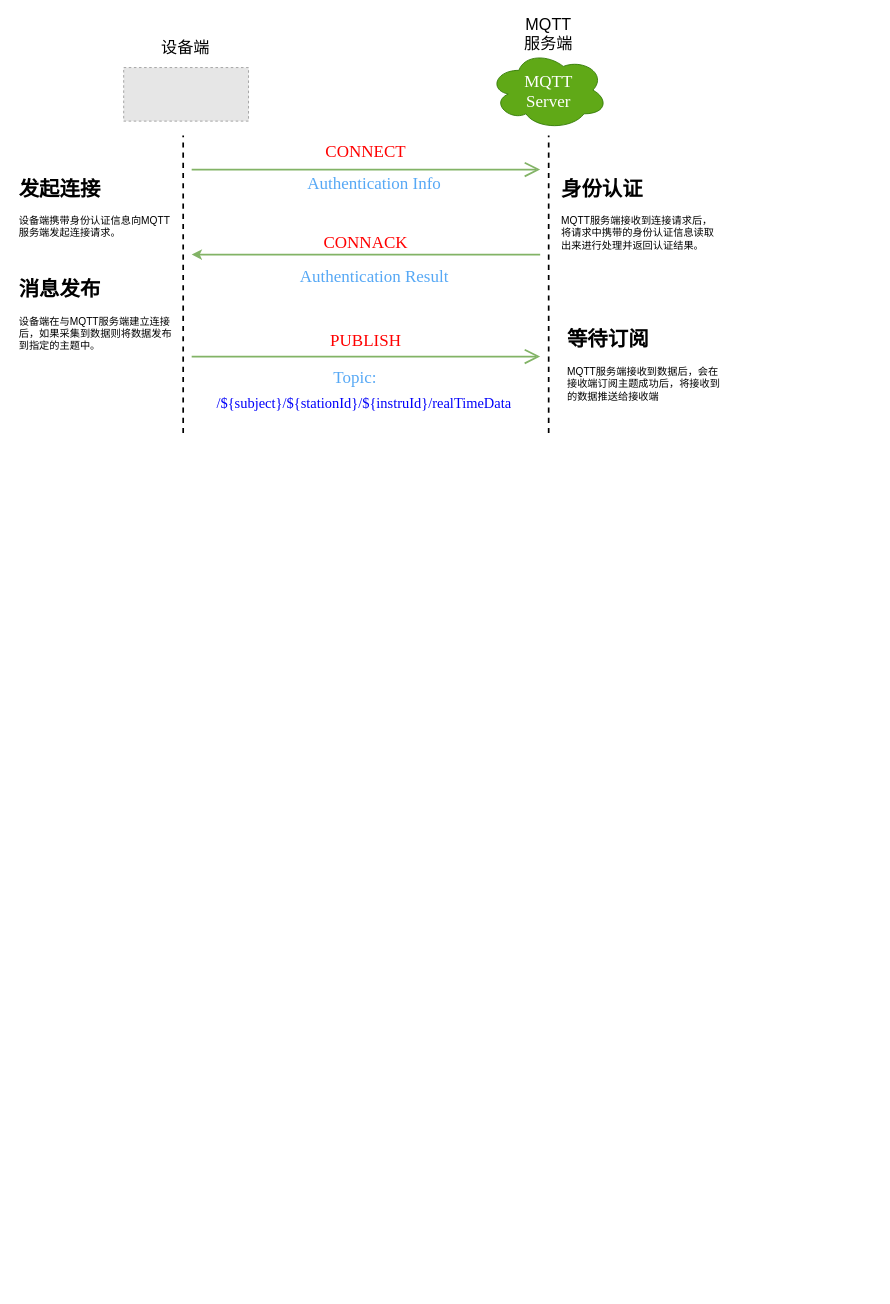
Earlier version of the draw.io diagram page "第 1 页" (1 of 7) of drawio/mqtt-auth.drawio (raingnight/Blog_Pic). Source tidied: cells renumbered, new cells numbered last; positions are measured from the earlier drawing's top-left corner, leaving out a move shared by most shapes. Both pictures are drawn from the tidied source at 85%, with x=0, y=0 at pixel (14, 21). Pictures stored in the file or linked from it are replaced by grey dashed boxes.
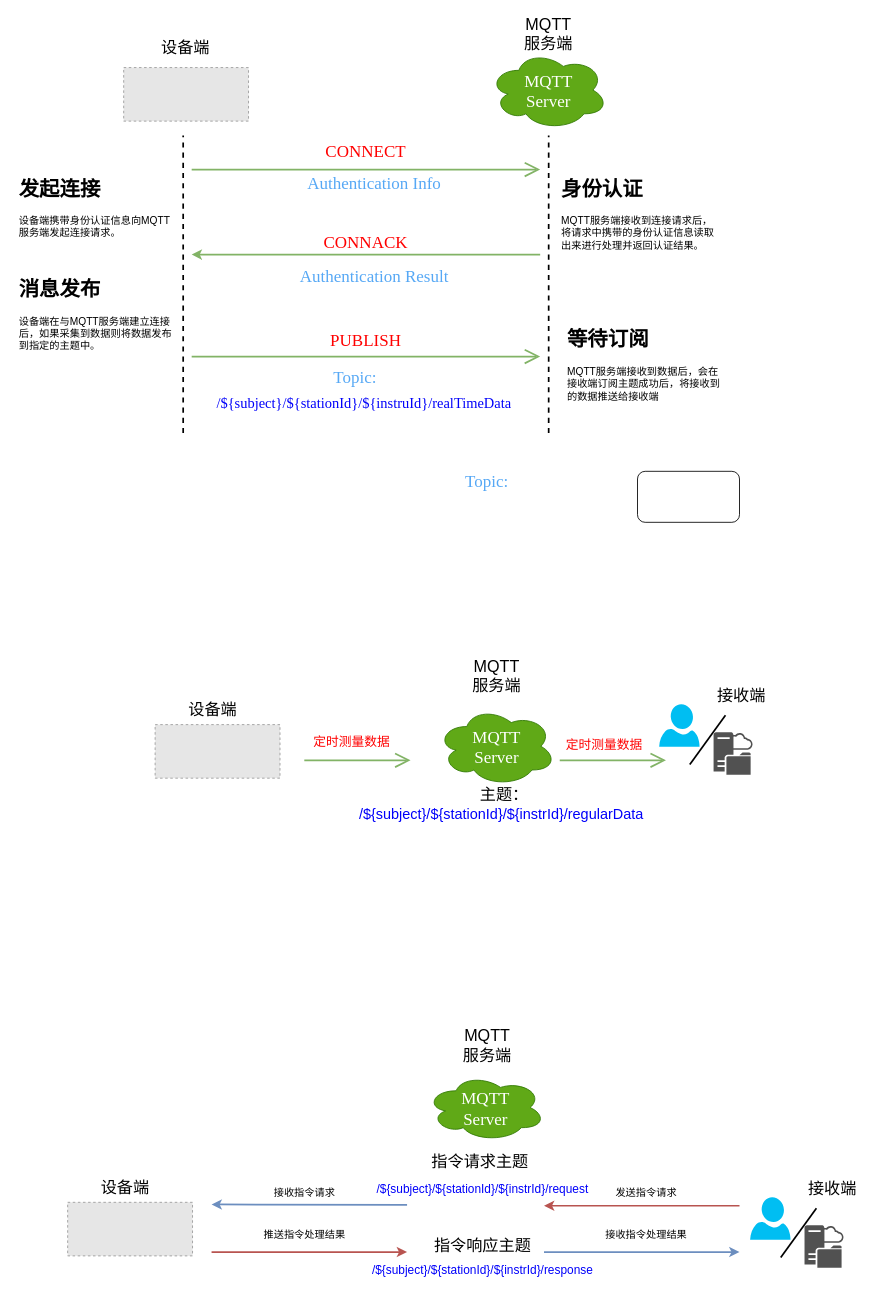
The same page after the edit.

The edit, as a diff of the source:
```diff
@@
+    <mxCell id="22" style="fillColor=#E6E6E6;strokeColor=#999999;dashed=1;verticalLabelPosition=bottom;verticalAlign=top;fontFamily=Architects Daughter;fontSize=20;" parent="1" vertex="1">
+      <mxGeometry x="165" y="827" width="146.9" height="63" as="geometry" />
+    </mxCell>
+    <mxCell id="23" value="MQTT&lt;br&gt;Server" style="ellipse;shape=cloud;whiteSpace=wrap;html=1;hachureGap=4;fontFamily=Times New Roman;fontSize=20;fillColor=#60a917;strokeColor=#2D7600;fontColor=#ffffff;" parent="1" vertex="1">
+      <mxGeometry x="496.8" y="806" width="139.5" height="93" as="geometry" />
+    </mxCell>
+    <mxCell id="24" value="设备端" style="text;html=1;strokeColor=none;fillColor=none;align=center;verticalAlign=middle;whiteSpace=wrap;rounded=0;fontSize=19;" parent="1" vertex="1">
+      <mxGeometry x="203" y="795" width="60" height="30" as="geometry" />
+    </mxCell>
+    <mxCell id="25" value="MQTT&lt;br&gt;服务端" style="text;html=1;strokeColor=none;fillColor=none;align=center;verticalAlign=middle;whiteSpace=wrap;rounded=0;fontSize=19;" parent="1" vertex="1">
+      <mxGeometry x="521.5" y="755" width="90" height="30" as="geometry" />
+    </mxCell>
+    <mxCell id="26" style="edgeStyle=none;curved=1;rounded=0;hachureGap=4;orthogonalLoop=1;jettySize=auto;html=1;fontFamily=Times New Roman;fontSize=16;endArrow=open;startSize=14;endSize=14;sourcePerimeterSpacing=8;targetPerimeterSpacing=8;strokeWidth=2;fillColor=#d5e8d4;strokeColor=#82b366;" parent="1" edge="1">
+      <mxGeometry relative="1" as="geometry">
+        <mxPoint x="340.5" y="869" as="sourcePoint" />
+        <mxPoint x="465.5" y="869" as="targetPoint" />
+      </mxGeometry>
+    </mxCell>
+    <mxCell id="27" value="&lt;div style=&quot;text-align: center; font-size: 15px;&quot;&gt;定时测量数据&lt;/div&gt;" style="text;whiteSpace=wrap;html=1;fontSize=15;fontFamily=Times New Roman;align=center;verticalAlign=middle;fontColor=#FF0000;labelBackgroundColor=default;" parent="1" vertex="1">
+      <mxGeometry x="346" y="837" width="101" height="19" as="geometry" />
+    </mxCell>
+    <mxCell id="28" value="Topic:&amp;nbsp;" style="text;html=1;strokeColor=none;fillColor=none;align=center;verticalAlign=middle;whiteSpace=wrap;rounded=0;fontSize=20;fontFamily=Times New Roman;labelBackgroundColor=default;fontColor=#56a8f5;" parent="1" vertex="1">
+      <mxGeometry x="526" y="525" width="64" height="30" as="geometry" />
+    </mxCell>
+    <mxCell id="29" style="rounded=1;whiteSpace=wrap;html=1;" parent="1" vertex="1">
+      <mxGeometry x="732.5" y="529" width="120" height="60" as="geometry" />
+    </mxCell>
+    <mxCell id="30" value="&lt;p class=&quot;MsoNormal&quot; style=&quot;font-size: 17px;&quot;&gt;/${subject}/${stationId}/${instrId}/regularData&lt;br&gt;&lt;/p&gt;" style="text;html=1;strokeColor=none;fillColor=none;align=center;verticalAlign=middle;whiteSpace=wrap;rounded=0;fontSize=17;fontColor=#0000fa;" parent="1" vertex="1">
+      <mxGeometry x="444" y="925" width="256.5" height="18" as="geometry" />
+    </mxCell>
+    <mxCell id="31" value="主题：" style="text;html=1;strokeColor=none;fillColor=none;align=center;verticalAlign=middle;whiteSpace=wrap;rounded=0;fontSize=19;" parent="1" vertex="1">
+      <mxGeometry x="531" y="895" width="90" height="30" as="geometry" />
+    </mxCell>
+    <mxCell id="32" value="接收端" style="text;html=1;strokeColor=none;fillColor=none;align=center;verticalAlign=middle;whiteSpace=wrap;rounded=0;fontSize=19;" parent="1" vertex="1">
+      <mxGeometry x="804" y="779" width="102" height="30" as="geometry" />
+    </mxCell>
+    <mxCell id="33" style="verticalLabelPosition=bottom;html=1;verticalAlign=top;align=center;strokeColor=none;fillColor=#00BEF2;shape=mxgraph.azure.user;labelBackgroundColor=#FFFFFF;fontSize=20;fontColor=#479DC2;" parent="1" vertex="1">
+      <mxGeometry x="758" y="803" width="47.5" height="50" as="geometry" />
+    </mxCell>
+    <mxCell id="34" style="sketch=0;shadow=0;dashed=0;html=1;strokeColor=none;labelPosition=center;verticalLabelPosition=bottom;verticalAlign=top;align=center;fillColor=#515151;shape=mxgraph.mscae.system_center.cloud_distribution_point;labelBackgroundColor=#FFFFFF;fontSize=20;fontColor=#479DC2;" parent="1" vertex="1">
+      <mxGeometry x="822" y="836" width="46" height="50" as="geometry" />
+    </mxCell>
+    <mxCell id="35" style="endArrow=none;html=1;rounded=0;sketch=0;strokeWidth=2;fontSize=20;fontColor=#479DC2;" parent="1" edge="1">
+      <mxGeometry relative="1" as="geometry">
+        <mxPoint x="794" y="874" as="sourcePoint" />
+        <mxPoint x="836" y="816" as="targetPoint" />
+      </mxGeometry>
+    </mxCell>
+    <mxCell id="36" style="edgeStyle=none;curved=1;rounded=0;hachureGap=4;orthogonalLoop=1;jettySize=auto;html=1;fontFamily=Times New Roman;fontSize=16;endArrow=open;startSize=14;endSize=14;sourcePerimeterSpacing=8;targetPerimeterSpacing=8;strokeWidth=2;fillColor=#d5e8d4;strokeColor=#82b366;" parent="1" edge="1">
+      <mxGeometry relative="1" as="geometry">
+        <mxPoint x="641" y="869" as="sourcePoint" />
+        <mxPoint x="766" y="869" as="targetPoint" />
+      </mxGeometry>
+    </mxCell>
+    <mxCell id="37" value="&lt;div style=&quot;text-align: center; font-size: 15px;&quot;&gt;定时测量数据&lt;/div&gt;" style="text;whiteSpace=wrap;html=1;fontSize=15;fontFamily=Times New Roman;align=center;verticalAlign=middle;fontColor=#FF0000;labelBackgroundColor=default;" parent="1" vertex="1">
+      <mxGeometry x="643" y="840" width="101" height="19" as="geometry" />
+    </mxCell>
+    <mxCell id="38" style="fillColor=#E6E6E6;strokeColor=#999999;dashed=1;verticalLabelPosition=bottom;verticalAlign=top;fontFamily=Architects Daughter;fontSize=20;" parent="1" vertex="1">
+      <mxGeometry x="62.1" y="1389" width="146.9" height="63" as="geometry" />
+    </mxCell>
+    <mxCell id="39" value="MQTT&lt;br&gt;Server" style="ellipse;shape=cloud;whiteSpace=wrap;html=1;hachureGap=4;fontFamily=Times New Roman;fontSize=20;fillColor=#60a917;strokeColor=#2D7600;fontColor=#ffffff;" parent="1" vertex="1">
+      <mxGeometry x="484.2" y="1238" width="139.5" height="79" as="geometry" />
+    </mxCell>
+    <mxCell id="40" value="设备端" style="text;html=1;strokeColor=none;fillColor=none;align=center;verticalAlign=middle;whiteSpace=wrap;rounded=0;fontSize=19;" parent="1" vertex="1">
+      <mxGeometry x="100.1" y="1357" width="60" height="30" as="geometry" />
+    </mxCell>
+    <mxCell id="41" value="MQTT&lt;br&gt;服务端" style="text;html=1;strokeColor=none;fillColor=none;align=center;verticalAlign=middle;whiteSpace=wrap;rounded=0;fontSize=19;" parent="1" vertex="1">
+      <mxGeometry x="511.4" y="1190" width="90" height="30" as="geometry" />
+    </mxCell>
+    <mxCell id="42" value="&lt;p class=&quot;MsoNormal&quot; style=&quot;font-size: 14px;&quot;&gt;/${subject}/${stationId}/${instrId}/response&lt;br style=&quot;font-size: 14px;&quot;&gt;&lt;/p&gt;" style="text;html=1;strokeColor=none;fillColor=none;align=center;verticalAlign=middle;whiteSpace=wrap;rounded=0;fontSize=14;fontColor=#0000fa;" parent="1" vertex="1">
+      <mxGeometry x="422" y="1460" width="256.5" height="18" as="geometry" />
+    </mxCell>
+    <mxCell id="43" value="指令请求主题" style="text;html=1;strokeColor=none;fillColor=none;align=center;verticalAlign=middle;whiteSpace=wrap;rounded=0;fontSize=19;" parent="1" vertex="1">
+      <mxGeometry x="484.2" y="1327" width="127.2" height="30" as="geometry" />
+    </mxCell>
+    <mxCell id="44" value="接收端" style="text;html=1;strokeColor=none;fillColor=none;align=center;verticalAlign=middle;whiteSpace=wrap;rounded=0;fontSize=19;" parent="1" vertex="1">
+      <mxGeometry x="911" y="1359" width="102" height="30" as="geometry" />
+    </mxCell>
+    <mxCell id="45" style="verticalLabelPosition=bottom;html=1;verticalAlign=top;align=center;strokeColor=none;fillColor=#00BEF2;shape=mxgraph.azure.user;labelBackgroundColor=#FFFFFF;fontSize=20;fontColor=#479DC2;" parent="1" vertex="1">
+      <mxGeometry x="865" y="1383" width="47.5" height="50" as="geometry" />
+    </mxCell>
+    <mxCell id="46" style="sketch=0;shadow=0;dashed=0;html=1;strokeColor=none;labelPosition=center;verticalLabelPosition=bottom;verticalAlign=top;align=center;fillColor=#515151;shape=mxgraph.mscae.system_center.cloud_distribution_point;labelBackgroundColor=#FFFFFF;fontSize=20;fontColor=#479DC2;" parent="1" vertex="1">
+      <mxGeometry x="929" y="1416" width="46" height="50" as="geometry" />
+    </mxCell>
+    <mxCell id="47" style="endArrow=none;html=1;rounded=0;sketch=0;strokeWidth=2;fontSize=20;fontColor=#479DC2;" parent="1" edge="1">
+      <mxGeometry relative="1" as="geometry">
+        <mxPoint x="901" y="1454" as="sourcePoint" />
+        <mxPoint x="943" y="1396" as="targetPoint" />
+      </mxGeometry>
+    </mxCell>
+    <mxCell id="48" style="edgeStyle=none;rounded=0;sketch=0;orthogonalLoop=1;jettySize=auto;html=1;exitX=0.5;exitY=1;exitDx=0;exitDy=0;strokeWidth=2;fontSize=14;fontColor=#56a8f5;endArrow=none;endFill=0;" parent="1" edge="1">
+      <mxGeometry relative="1" as="geometry">
+        <mxPoint x="815.8" y="1371.5" as="sourcePoint" />
+        <mxPoint x="815.8" y="1371.5" as="targetPoint" />
+      </mxGeometry>
+    </mxCell>
+    <mxCell id="49" style="orthogonalLoop=1;jettySize=auto;html=1;shadow=0;strokeColor=#b85450;fontFamily=Helvetica;fontSize=12;fontColor=#000000;fillColor=#f8cecc;strokeWidth=2;" parent="1" edge="1">
+      <mxGeometry relative="1" as="geometry">
+        <mxPoint x="852.5" y="1393" as="sourcePoint" />
+        <mxPoint x="622.5" y="1393" as="targetPoint" />
+      </mxGeometry>
+    </mxCell>
+    <mxCell id="50" value="发送指令请求" style="text;html=1;strokeColor=none;fillColor=none;align=center;verticalAlign=middle;whiteSpace=wrap;rounded=0;" parent="1" vertex="1">
+      <mxGeometry x="682.5" y="1363" width="120" height="30" as="geometry" />
+    </mxCell>
+    <mxCell id="51" style="edgeStyle=none;rounded=0;sketch=0;orthogonalLoop=1;jettySize=auto;html=1;exitX=0.5;exitY=1;exitDx=0;exitDy=0;strokeWidth=2;fontSize=14;fontColor=#56a8f5;endArrow=none;endFill=0;" parent="1" edge="1">
+      <mxGeometry relative="1" as="geometry">
+        <mxPoint x="844.8" y="1426" as="sourcePoint" />
+        <mxPoint x="844.8" y="1426" as="targetPoint" />
+      </mxGeometry>
+    </mxCell>
+    <mxCell id="52" style="orthogonalLoop=1;jettySize=auto;html=1;shadow=0;strokeColor=#6c8ebf;fontFamily=Helvetica;fontSize=12;fontColor=#000000;fillColor=#dae8fc;strokeWidth=2;" parent="1" edge="1">
+      <mxGeometry relative="1" as="geometry">
+        <mxPoint x="622.5" y="1447.5" as="sourcePoint" />
+        <mxPoint x="852.5" y="1447.5" as="targetPoint" />
+      </mxGeometry>
+    </mxCell>
+    <mxCell id="53" value="接收指令处理结果" style="text;html=1;strokeColor=none;fillColor=none;align=center;verticalAlign=middle;whiteSpace=wrap;rounded=0;" parent="1" vertex="1">
+      <mxGeometry x="682.5" y="1413" width="120" height="30" as="geometry" />
+    </mxCell>
+    <mxCell id="54" style="orthogonalLoop=1;jettySize=auto;html=1;shadow=0;strokeColor=#6c8ebf;fontFamily=Helvetica;fontSize=12;fontColor=#000000;fillColor=#dae8fc;strokeWidth=2;" parent="1" edge="1">
+      <mxGeometry relative="1" as="geometry">
+        <mxPoint x="461.4" y="1392" as="sourcePoint" />
+        <mxPoint x="231.4" y="1391.5" as="targetPoint" />
+      </mxGeometry>
+    </mxCell>
+    <mxCell id="55" value="接收指令请求" style="text;html=1;strokeColor=none;fillColor=none;align=center;verticalAlign=middle;whiteSpace=wrap;rounded=0;glass=1;" parent="1" vertex="1">
+      <mxGeometry x="281.4" y="1363" width="120" height="30" as="geometry" />
+    </mxCell>
+    <mxCell id="56" style="orthogonalLoop=1;jettySize=auto;html=1;shadow=0;strokeColor=#b85450;fontFamily=Helvetica;fontSize=12;fontColor=#000000;fillColor=#f8cecc;strokeWidth=2;" parent="1" edge="1">
+      <mxGeometry relative="1" as="geometry">
+        <mxPoint x="231.4" y="1447.5" as="sourcePoint" />
+        <mxPoint x="461.4" y="1447.5" as="targetPoint" />
+      </mxGeometry>
+    </mxCell>
+    <mxCell id="57" value="推送指令处理结果" style="text;html=1;strokeColor=none;fillColor=none;align=center;verticalAlign=middle;whiteSpace=wrap;rounded=0;" parent="1" vertex="1">
+      <mxGeometry x="281.4" y="1413" width="120" height="30" as="geometry" />
+    </mxCell>
+    <mxCell id="58" value="&lt;p class=&quot;MsoNormal&quot; style=&quot;font-size: 14px;&quot;&gt;&amp;nbsp;&lt;span style=&quot;font-size: 14px;&quot; lang=&quot;EN-US&quot;&gt;/${subject}/${stationId}/${instrId}/request&lt;/span&gt;&lt;br style=&quot;font-size: 14px;&quot;&gt;&lt;/p&gt;" style="text;html=1;strokeColor=none;fillColor=none;align=center;verticalAlign=middle;whiteSpace=wrap;rounded=0;fontSize=14;fontColor=#0000fa;fontStyle=0;fontFamily=Helvetica;" parent="1" vertex="1">
+      <mxGeometry x="419.6" y="1365" width="256.5" height="18" as="geometry" />
+    </mxCell>
+    <mxCell id="59" value="指令响应主题" style="text;html=1;strokeColor=none;fillColor=none;align=center;verticalAlign=middle;whiteSpace=wrap;rounded=0;fontSize=19;" parent="1" vertex="1">
+      <mxGeometry x="486.6" y="1426" width="127.2" height="30" as="geometry" />
+    </mxCell>
```
